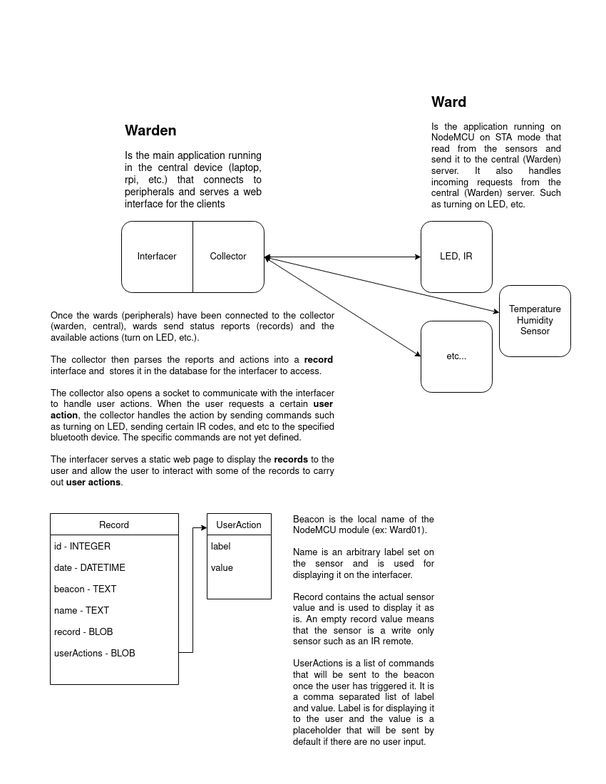
This is docs/diagram.png from thinkty/warden, a draw.io export, as it was before one commit. Source tidied: cells renumbered, new cells last; positions are measured from the earlier drawing's top-left corner, leaving out a move shared by most shapes.
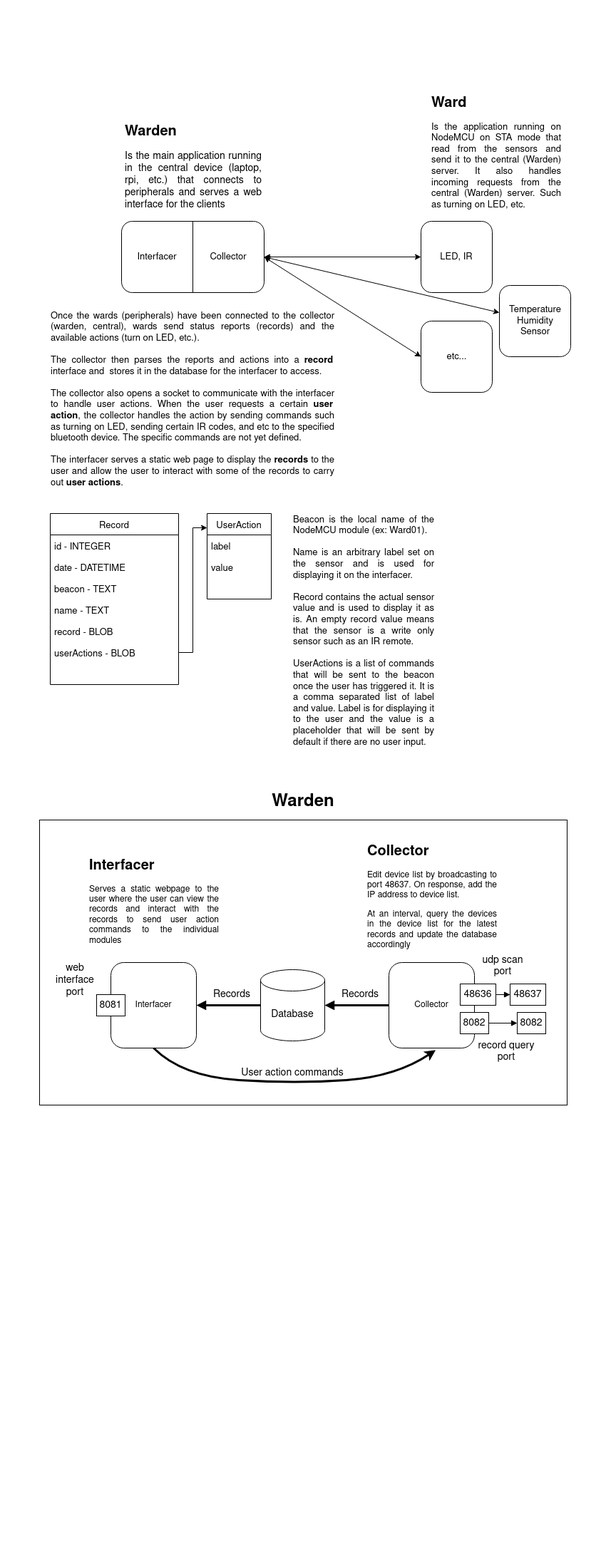
After the commit.

Commit message:
Updated diagram and added Warden detailed diagram

The edit, as a diff of the source:
```diff
@@ -107,5 +107,80 @@
     <mxCell id="36" style="edgeStyle=orthogonalEdgeStyle;rounded=0;jettySize=auto;html=1;exitX=1;exitY=0.5;exitDx=0;exitDy=0;entryX=0;entryY=0.167;entryDx=0;entryDy=0;entryPerimeter=0;" parent="1" edge="1" source="29" target="32">
       <mxGeometry relative="1" as="geometry" />
     </mxCell>
+    <mxCell id="37" style="edgeStyle=orthogonalEdgeStyle;rounded=0;jettySize=auto;html=1;exitX=1;exitY=0.5;exitDx=0;exitDy=0;entryX=0;entryY=0.5;entryDx=0;entryDy=0;entryPerimeter=0;fontSize=14;endArrow=none;endFill=0;strokeWidth=3;startArrow=block;startFill=1;" parent="1" edge="1" source="38" target="43">
+      <mxGeometry relative="1" as="geometry" />
+    </mxCell>
+    <mxCell id="38" value="Interfacer" style="rounded=1;whiteSpace=wrap;html=1;" parent="1" vertex="1">
+      <mxGeometry x="85" y="1220" width="120" height="120" as="geometry" />
+    </mxCell>
+    <mxCell id="39" style="edgeStyle=orthogonalEdgeStyle;rounded=0;jettySize=auto;html=1;exitX=0;exitY=0.5;exitDx=0;exitDy=0;entryX=1;entryY=0.5;entryDx=0;entryDy=0;entryPerimeter=0;fontSize=14;endArrow=block;endFill=1;strokeWidth=3;" parent="1" edge="1" source="40" target="43">
+      <mxGeometry relative="1" as="geometry" />
+    </mxCell>
+    <mxCell id="40" value="Collector" style="rounded=1;whiteSpace=wrap;html=1;" parent="1" vertex="1">
+      <mxGeometry x="475" y="1220" width="120" height="120" as="geometry" />
+    </mxCell>
+    <mxCell id="41" value="&lt;h1 style=&quot;font-size: 20px&quot; align=&quot;justify&quot;&gt;&lt;font style=&quot;font-size: 20px&quot;&gt;Interfacer&lt;/font&gt;&lt;/h1&gt;&lt;p align=&quot;justify&quot;&gt;Serves a static webpage to the user where the user can view the records and interact with the records to send user action commands to the individual modules&lt;br&gt;&lt;/p&gt;" style="text;html=1;strokeColor=none;fillColor=none;spacing=5;spacingTop=-20;whiteSpace=wrap;overflow=hidden;rounded=0;" parent="1" vertex="1">
+      <mxGeometry x="50" y="1070" width="190" height="140" as="geometry" />
+    </mxCell>
+    <mxCell id="42" value="&lt;h1 style=&quot;font-size: 20px&quot; align=&quot;justify&quot;&gt;&lt;font style=&quot;font-size: 20px&quot;&gt;Collector&lt;/font&gt;&lt;/h1&gt;&lt;p align=&quot;justify&quot;&gt;Edit device list by broadcasting to port 48637. On response, add the IP address to device list.&lt;/p&gt;&lt;p align=&quot;justify&quot;&gt;At an interval, query the devices in the device list for the latest records and update the database accordingly&lt;br&gt;&lt;/p&gt;" style="text;html=1;strokeColor=none;fillColor=none;spacing=5;spacingTop=-20;whiteSpace=wrap;overflow=hidden;rounded=0;align=left;" parent="1" vertex="1">
+      <mxGeometry x="440" y="1050" width="190" height="170" as="geometry" />
+    </mxCell>
+    <mxCell id="43" value="Database" style="shape=cylinder3;whiteSpace=wrap;html=1;boundedLbl=1;backgroundOutline=1;size=15;fontSize=14;" parent="1" vertex="1">
+      <mxGeometry x="295" y="1230" width="90" height="100" as="geometry" />
+    </mxCell>
+    <mxCell id="44" value="Records" style="text;html=1;strokeColor=none;fillColor=none;align=center;verticalAlign=middle;whiteSpace=wrap;rounded=0;fontSize=14;" parent="1" vertex="1">
+      <mxGeometry x="405" y="1250" width="60" height="30" as="geometry" />
+    </mxCell>
+    <mxCell id="45" value="Records" style="text;html=1;strokeColor=none;fillColor=none;align=center;verticalAlign=middle;whiteSpace=wrap;rounded=0;fontSize=14;" parent="1" vertex="1">
+      <mxGeometry x="225" y="1250" width="60" height="30" as="geometry" />
+    </mxCell>
+    <mxCell id="46" style="curved=1;endArrow=classic;html=1;rounded=0;fontSize=14;strokeWidth=3;exitX=0.5;exitY=1;exitDx=0;exitDy=0;entryX=0.546;entryY=1.024;entryDx=0;entryDy=0;entryPerimeter=0;" parent="1" edge="1" source="38" target="40">
+      <mxGeometry relative="1" as="geometry">
+        <Array as="points">
+          <mxPoint x="185" y="1380" />
+          <mxPoint x="345" y="1390" />
+          <mxPoint x="485" y="1380" />
+        </Array>
+      </mxGeometry>
+    </mxCell>
+    <mxCell id="47" value="User action commands" style="text;html=1;strokeColor=none;fillColor=none;align=center;verticalAlign=middle;whiteSpace=wrap;rounded=0;fontSize=14;" parent="1" vertex="1">
+      <mxGeometry x="265" y="1360" width="150" height="30" as="geometry" />
+    </mxCell>
+    <mxCell id="48" value="&lt;div&gt;8081&lt;br&gt;&lt;/div&gt;" style="rounded=0;whiteSpace=wrap;html=1;fontSize=14;" parent="1" vertex="1">
+      <mxGeometry x="65" y="1265" width="40" height="30" as="geometry" />
+    </mxCell>
+    <mxCell id="49" style="edgeStyle=orthogonalEdgeStyle;rounded=0;jettySize=auto;html=1;fontSize=14;startArrow=none;startFill=0;endArrow=block;endFill=1;strokeWidth=1;" parent="1" edge="1" source="50" target="53">
+      <mxGeometry relative="1" as="geometry" />
+    </mxCell>
+    <mxCell id="50" value="48636" style="rounded=0;whiteSpace=wrap;html=1;fontSize=14;" parent="1" vertex="1">
+      <mxGeometry x="575" y="1250" width="50" height="30" as="geometry" />
+    </mxCell>
+    <mxCell id="51" value="web interface port" style="text;html=1;strokeColor=none;fillColor=none;align=center;verticalAlign=middle;whiteSpace=wrap;rounded=0;fontSize=14;" parent="1" vertex="1">
+      <mxGeometry x="5" y="1230" width="60" height="30" as="geometry" />
+    </mxCell>
+    <mxCell id="52" value="&lt;div&gt;udp scan&lt;/div&gt;&lt;div&gt;port&lt;br&gt;&lt;/div&gt;" style="text;html=1;strokeColor=none;fillColor=none;align=center;verticalAlign=middle;whiteSpace=wrap;rounded=0;fontSize=14;" parent="1" vertex="1">
+      <mxGeometry x="605" y="1210" width="60" height="30" as="geometry" />
+    </mxCell>
+    <mxCell id="53" value="48637" style="rounded=0;whiteSpace=wrap;html=1;fontSize=14;" parent="1" vertex="1">
+      <mxGeometry x="645" y="1250" width="50" height="30" as="geometry" />
+    </mxCell>
+    <mxCell id="54" style="edgeStyle=orthogonalEdgeStyle;rounded=0;jettySize=auto;html=1;fontSize=20;startArrow=none;startFill=0;endArrow=block;endFill=1;strokeWidth=1;" parent="1" edge="1" source="55" target="56">
+      <mxGeometry relative="1" as="geometry" />
+    </mxCell>
+    <mxCell id="55" value="&lt;div&gt;8082&lt;/div&gt;" style="rounded=0;whiteSpace=wrap;html=1;fontSize=14;" parent="1" vertex="1">
+      <mxGeometry x="575" y="1290" width="40" height="30" as="geometry" />
+    </mxCell>
+    <mxCell id="56" value="&lt;div&gt;8082&lt;/div&gt;" style="rounded=0;whiteSpace=wrap;html=1;fontSize=14;" parent="1" vertex="1">
+      <mxGeometry x="655" y="1290" width="40" height="30" as="geometry" />
+    </mxCell>
+    <mxCell id="57" value="&lt;div&gt;record query&lt;/div&gt;&lt;div&gt;port&lt;br&gt;&lt;/div&gt;" style="text;html=1;strokeColor=none;fillColor=none;align=center;verticalAlign=middle;whiteSpace=wrap;rounded=0;fontSize=14;" parent="1" vertex="1">
+      <mxGeometry x="595" y="1330" width="90" height="30" as="geometry" />
+    </mxCell>
+    <mxCell id="58" style="rounded=0;whiteSpace=wrap;html=1;fontSize=20;fillColor=none;" parent="1" vertex="1">
+      <mxGeometry x="-15" y="1020" width="740" height="400" as="geometry" />
+    </mxCell>
+    <mxCell id="59" value="&lt;font style=&quot;font-size: 24px&quot;&gt;&lt;b&gt;Warden&lt;/b&gt;&lt;/font&gt;" style="text;html=1;strokeColor=none;fillColor=none;align=center;verticalAlign=middle;whiteSpace=wrap;rounded=0;fontSize=20;" parent="1" vertex="1">
+      <mxGeometry x="325" y="980" width="60" height="30" as="geometry" />
+    </mxCell>
   </root>
 </mxGraphModel>
```
